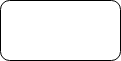
stsiwo/js_concept keeps this draw.io diagram as request_concept.PNG. Above is the earlier version. Source tidied: cells renumbered, new cells last; positions are measured from the earlier drawing's top-left corner, leaving out a move shared by most shapes. The source it was exported from:
```xml
<mxGraphModel background="#FFFFFF">
  <root>
    <mxCell id="0" />
    <mxCell id="1" parent="0" />
    <mxCell id="2" style="rounded=1;whiteSpace=wrap;html=1;" parent="1" vertex="1">
      <mxGeometry width="120" height="60" as="geometry" />
    </mxCell>
  </root>
</mxGraphModel>
```
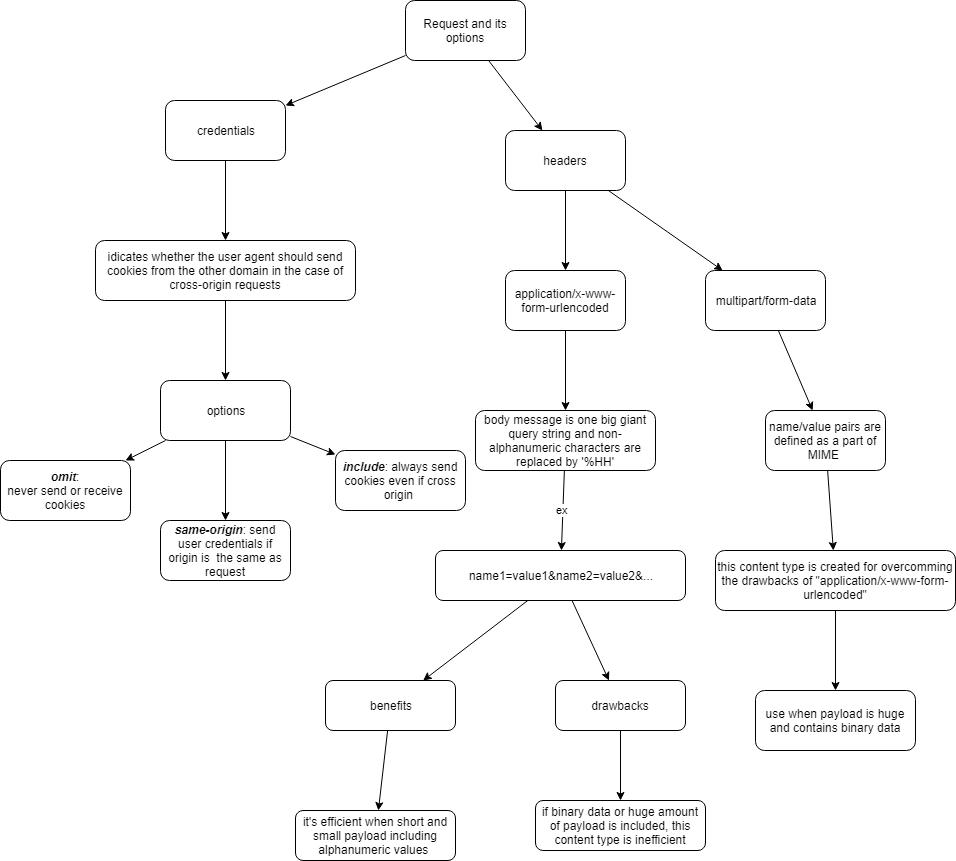
The same file after the commit.

Diff of the diagram source:
```diff
@@ -2,8 +2,116 @@
   <root>
     <mxCell id="0" />
     <mxCell id="1" parent="0" />
+    <mxCell id="3" style="rounded=0;html=1;jettySize=auto;" parent="1" edge="1" source="2" target="29">
+      <mxGeometry relative="1" as="geometry" />
+    </mxCell>
+    <mxCell id="4" style="edgeStyle=none;rounded=0;html=1;jettySize=auto;" parent="1" edge="1" source="2" target="7">
+      <mxGeometry relative="1" as="geometry" />
+    </mxCell>
-    <mxCell id="2" style="rounded=1;whiteSpace=wrap;html=1;" parent="1" vertex="1">
+    <mxCell id="2" value="Request and its options" style="rounded=1;whiteSpace=wrap;html=1;" parent="1" vertex="1">
       <mxGeometry width="120" height="60" as="geometry" />
     </mxCell>
+    <mxCell id="5" style="edgeStyle=none;rounded=0;html=1;jettySize=auto;" parent="1" edge="1" source="7" target="16">
+      <mxGeometry relative="1" as="geometry" />
+    </mxCell>
+    <mxCell id="6" style="edgeStyle=none;rounded=0;html=1;jettySize=auto;" parent="1" edge="1" source="7" target="9">
+      <mxGeometry relative="1" as="geometry" />
+    </mxCell>
+    <mxCell id="7" value="headers" style="rounded=1;whiteSpace=wrap;html=1;" parent="1" vertex="1">
+      <mxGeometry x="100" y="130" width="120" height="60" as="geometry" />
+    </mxCell>
+    <mxCell id="8" style="edgeStyle=none;rounded=0;html=1;jettySize=auto;" parent="1" edge="1" source="9" target="11">
+      <mxGeometry relative="1" as="geometry" />
+    </mxCell>
+    <mxCell id="9" value="multipart/form-data" style="rounded=1;whiteSpace=wrap;html=1;" parent="1" vertex="1">
+      <mxGeometry x="300" y="270" width="120" height="60" as="geometry" />
+    </mxCell>
+    <mxCell id="10" style="edgeStyle=none;rounded=0;html=1;jettySize=auto;" parent="1" edge="1" source="11" target="13">
+      <mxGeometry relative="1" as="geometry" />
+    </mxCell>
+    <mxCell id="11" value="name/value pairs are defined as a part of MIME&amp;nbsp;" style="rounded=1;whiteSpace=wrap;html=1;" parent="1" vertex="1">
+      <mxGeometry x="360" y="410" width="120" height="60" as="geometry" />
+    </mxCell>
+    <mxCell id="12" style="edgeStyle=none;rounded=0;html=1;jettySize=auto;" parent="1" edge="1" source="13" target="14">
+      <mxGeometry relative="1" as="geometry" />
+    </mxCell>
+    <mxCell id="13" value="this content type is created for overcomming the drawbacks of &quot;application/x-www-form-urlencoded&quot;" style="rounded=1;whiteSpace=wrap;html=1;" parent="1" vertex="1">
+      <mxGeometry x="310" y="550" width="240" height="60" as="geometry" />
+    </mxCell>
+    <mxCell id="14" value="use when payload is huge and contains binary data" style="rounded=1;whiteSpace=wrap;html=1;" parent="1" vertex="1">
+      <mxGeometry x="350" y="690" width="160" height="60" as="geometry" />
+    </mxCell>
+    <mxCell id="15" style="edgeStyle=none;rounded=0;html=1;jettySize=auto;" parent="1" edge="1" source="16" target="18">
+      <mxGeometry relative="1" as="geometry" />
+    </mxCell>
+    <mxCell id="16" value="application/x-www-form-urlencoded" style="rounded=1;whiteSpace=wrap;html=1;" parent="1" vertex="1">
+      <mxGeometry x="100" y="270" width="120" height="60" as="geometry" />
+    </mxCell>
+    <mxCell id="17" value="ex" style="edgeStyle=none;rounded=0;html=1;jettySize=auto;" parent="1" edge="1" source="18" target="21">
+      <mxGeometry relative="1" as="geometry" />
+    </mxCell>
+    <mxCell id="18" value="body message is one big giant query string and non-alphanumeric characters are replaced by '%HH'&lt;br&gt;" style="rounded=1;whiteSpace=wrap;html=1;" parent="1" vertex="1">
+      <mxGeometry x="70" y="410" width="180" height="60" as="geometry" />
+    </mxCell>
+    <mxCell id="19" style="edgeStyle=none;rounded=0;html=1;jettySize=auto;" parent="1" edge="1" source="21" target="26">
+      <mxGeometry relative="1" as="geometry" />
+    </mxCell>
+    <mxCell id="20" style="edgeStyle=none;rounded=0;html=1;jettySize=auto;" parent="1" edge="1" source="21" target="23">
+      <mxGeometry relative="1" as="geometry" />
+    </mxCell>
+    <mxCell id="21" value="name1=value1&amp;amp;name2=value2&amp;amp;..." style="rounded=1;whiteSpace=wrap;html=1;" parent="1" vertex="1">
+      <mxGeometry x="30" y="550" width="250" height="50" as="geometry" />
+    </mxCell>
+    <mxCell id="22" style="edgeStyle=none;rounded=0;html=1;jettySize=auto;" parent="1" edge="1" source="23" target="24">
+      <mxGeometry relative="1" as="geometry" />
+    </mxCell>
+    <mxCell id="23" value="drawbacks" style="rounded=1;whiteSpace=wrap;html=1;" parent="1" vertex="1">
+      <mxGeometry x="150" y="680" width="130" height="50" as="geometry" />
+    </mxCell>
+    <mxCell id="24" value="if binary data or huge amount of payload is included, this content type is inefficient" style="rounded=1;whiteSpace=wrap;html=1;" parent="1" vertex="1">
+      <mxGeometry x="130" y="800" width="170" height="50" as="geometry" />
+    </mxCell>
+    <mxCell id="25" style="edgeStyle=none;rounded=0;html=1;jettySize=auto;" parent="1" edge="1" source="26" target="27">
+      <mxGeometry relative="1" as="geometry" />
+    </mxCell>
+    <mxCell id="26" value="benefits" style="rounded=1;whiteSpace=wrap;html=1;" parent="1" vertex="1">
+      <mxGeometry x="-80" y="680" width="130" height="50" as="geometry" />
+    </mxCell>
+    <mxCell id="27" value="it's efficient when short and small payload including alphanumeric values&amp;nbsp;" style="rounded=1;whiteSpace=wrap;html=1;" parent="1" vertex="1">
+      <mxGeometry x="-110" y="810" width="160" height="50" as="geometry" />
+    </mxCell>
+    <mxCell id="28" style="edgeStyle=none;rounded=0;html=1;jettySize=auto;" parent="1" edge="1" source="29" target="31">
+      <mxGeometry relative="1" as="geometry" />
+    </mxCell>
+    <mxCell id="29" value="credentials" style="rounded=1;whiteSpace=wrap;html=1;" parent="1" vertex="1">
+      <mxGeometry x="-240" y="100" width="120" height="60" as="geometry" />
+    </mxCell>
+    <mxCell id="30" style="edgeStyle=none;rounded=0;html=1;jettySize=auto;" parent="1" edge="1" source="31" target="35">
+      <mxGeometry relative="1" as="geometry" />
+    </mxCell>
+    <mxCell id="31" value="idicates whether the user agent should send cookies from the other domain in the case of cross-origin requests" style="rounded=1;whiteSpace=wrap;html=1;" parent="1" vertex="1">
+      <mxGeometry x="-310" y="240" width="260" height="60" as="geometry" />
+    </mxCell>
+    <mxCell id="32" style="edgeStyle=none;rounded=0;html=1;jettySize=auto;" parent="1" edge="1" source="35" target="38">
+      <mxGeometry relative="1" as="geometry" />
+    </mxCell>
+    <mxCell id="33" style="edgeStyle=none;rounded=0;html=1;jettySize=auto;" parent="1" edge="1" source="35" target="37">
+      <mxGeometry relative="1" as="geometry" />
+    </mxCell>
+    <mxCell id="34" style="edgeStyle=none;rounded=0;html=1;jettySize=auto;" parent="1" edge="1" source="35" target="36">
+      <mxGeometry relative="1" as="geometry" />
+    </mxCell>
+    <mxCell id="35" value="options" style="rounded=1;whiteSpace=wrap;html=1;" parent="1" vertex="1">
+      <mxGeometry x="-245" y="380" width="130" height="60" as="geometry" />
+    </mxCell>
+    <mxCell id="36" value="&lt;b&gt;&lt;i&gt;include&lt;/i&gt;&lt;/b&gt;: always send cookies even if cross origin&amp;nbsp;" style="rounded=1;whiteSpace=wrap;html=1;" parent="1" vertex="1">
+      <mxGeometry x="-70" y="450" width="130" height="60" as="geometry" />
+    </mxCell>
+    <mxCell id="37" value="&lt;b&gt;&lt;i&gt;same-origin&lt;/i&gt;&lt;/b&gt;: send user credentials if origin is&amp;nbsp; the same as request" style="rounded=1;whiteSpace=wrap;html=1;" parent="1" vertex="1">
+      <mxGeometry x="-245" y="520" width="130" height="60" as="geometry" />
+    </mxCell>
+    <mxCell id="38" value="&lt;b&gt;&lt;i&gt;omit&lt;/i&gt;&lt;/b&gt;:&lt;br&gt;never send or receive cookies&lt;br&gt;" style="rounded=1;whiteSpace=wrap;html=1;" parent="1" vertex="1">
+      <mxGeometry x="-405" y="460" width="130" height="60" as="geometry" />
+    </mxCell>
   </root>
 </mxGraphModel>
```
